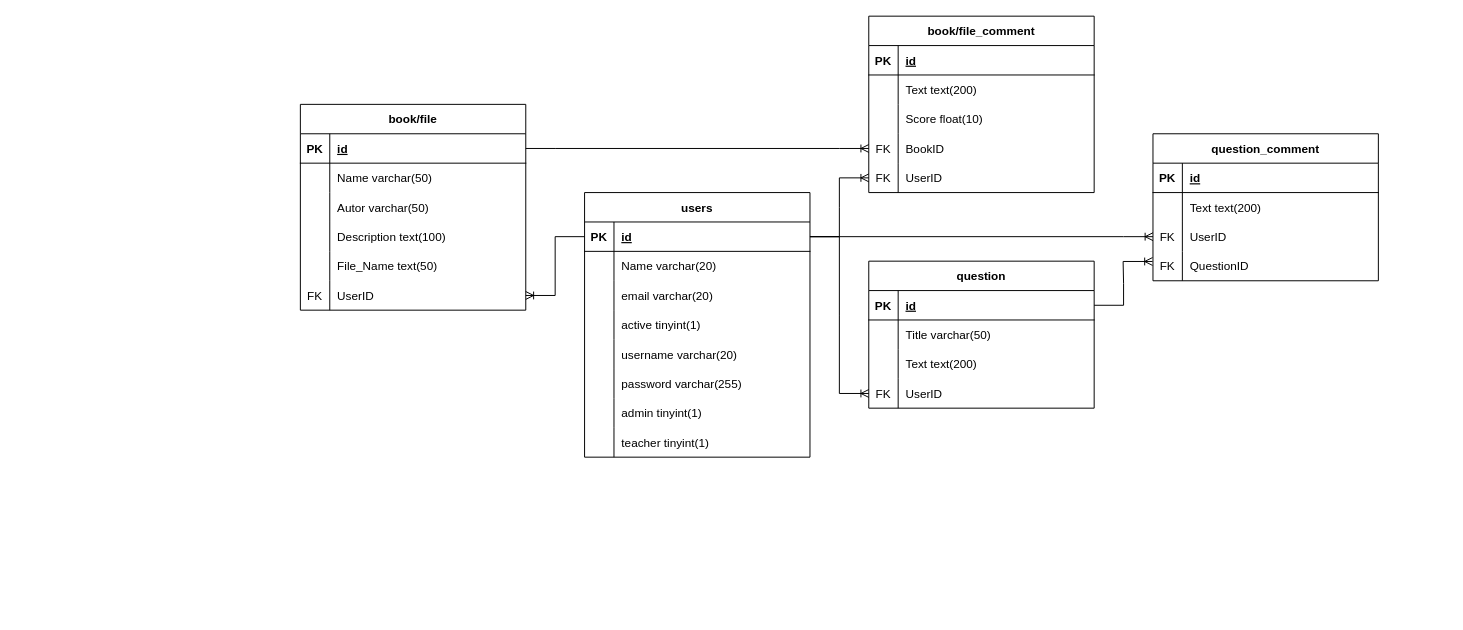
Earlier version of the draw.io diagram Diplom.drawio (MaksimsVisockis01/diploms). Source tidied: cells renumbered, new cells numbered last; positions are measured from the earlier drawing's top-left corner, leaving out a move shared by most shapes. Both pictures are drawn from the tidied source at 98%, with x=0, y=0 at pixel (16, 16).
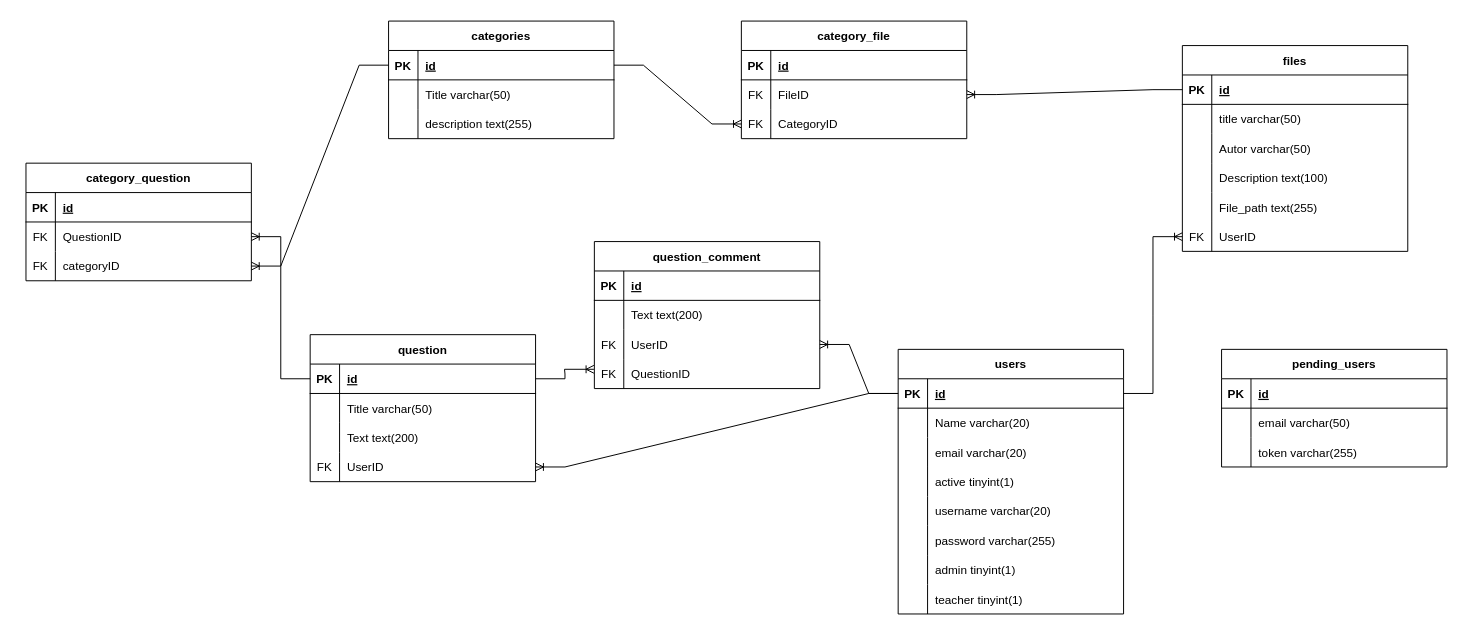
The same page after the edit.

The change refers to these unchanged cells:
```xml
<mxCell id="9" style="shape=tableRow;horizontal=0;startSize=0;swimlaneHead=0;swimlaneBody=0;fillColor=none;points=[[0,0.5],[1,0.5]];portConstraint=eastwest;top=0;left=0;right=0;bottom=0;" parent="2" vertex="1">
  <mxGeometry y="90" width="230" height="30" as="geometry" />
</mxCell>
<mxCell id="16" style="shape=tableRow;horizontal=0;startSize=0;swimlaneHead=0;swimlaneBody=0;fillColor=none;points=[[0,0.5],[1,0.5]];portConstraint=eastwest;top=0;left=0;right=0;bottom=1;" parent="15" vertex="1">
  <mxGeometry y="30" width="230" height="30" as="geometry" />
</mxCell>
<mxCell id="41" style="shape=tableRow;horizontal=0;startSize=0;swimlaneHead=0;swimlaneBody=0;fillColor=none;points=[[0,0.5],[1,0.5]];portConstraint=eastwest;top=0;left=0;right=0;bottom=1;" parent="40" vertex="1">
  <mxGeometry y="30" width="230" height="30" as="geometry" />
</mxCell>
<mxCell id="50" style="shape=tableRow;horizontal=0;startSize=0;swimlaneHead=0;swimlaneBody=0;fillColor=none;points=[[0,0.5],[1,0.5]];portConstraint=eastwest;top=0;left=0;right=0;bottom=0;" parent="40" vertex="1">
  <mxGeometry y="120" width="230" height="30" as="geometry" />
</mxCell>
<mxCell id="60" style="shape=tableRow;horizontal=0;startSize=0;swimlaneHead=0;swimlaneBody=0;fillColor=none;points=[[0,0.5],[1,0.5]];portConstraint=eastwest;top=0;left=0;right=0;bottom=1;" parent="59" vertex="1">
  <mxGeometry y="30" width="230" height="30" as="geometry" />
</mxCell>
<mxCell id="63" style="shape=tableRow;horizontal=0;startSize=0;swimlaneHead=0;swimlaneBody=0;fillColor=none;top=0;left=0;right=0;bottom=0;" parent="59" vertex="1">
  <mxGeometry y="60" width="230" height="30" as="geometry" />
</mxCell>
<mxCell id="72" style="shape=tableRow;horizontal=0;startSize=0;swimlaneHead=0;swimlaneBody=0;fillColor=none;top=0;left=0;right=0;bottom=0;" parent="59" vertex="1">
  <mxGeometry y="150" width="230" height="30" as="geometry" />
</mxCell>
<mxCell id="75" style="shape=tableRow;horizontal=0;startSize=0;swimlaneHead=0;swimlaneBody=0;fillColor=none;points=[[0,0.5],[1,0.5]];portConstraint=eastwest;top=0;left=0;right=0;bottom=0;" parent="59" vertex="1">
  <mxGeometry y="180" width="230" height="30" as="geometry" />
</mxCell>
```

The edit, as a diff of the source:
```diff
@@
     <mxCell id="2" value="question_comment" style="shape=table;startSize=30;childLayout=tableLayout;rowLines=0;fontStyle=1;align=center;" parent="1" vertex="1">
-      <mxGeometry x="1160" y="120" width="230" height="150" as="geometry" />
+      <mxGeometry x="590" y="230" width="230" height="150" as="geometry" />
     </mxCell>
@@
     <mxCell id="15" value="users" style="shape=table;startSize=30;childLayout=tableLayout;rowLines=0;fontStyle=1;align=center;" parent="1" vertex="1">
-      <mxGeometry x="580" y="180" width="230" height="270" as="geometry" />
+      <mxGeometry x="900" y="340" width="230" height="270" as="geometry" />
     </mxCell>
@@
     <mxCell id="40" value="question" style="shape=table;startSize=30;childLayout=tableLayout;rowLines=0;fontStyle=1;align=center;" parent="1" vertex="1">
-      <mxGeometry x="870" y="250" width="230" height="150" as="geometry" />
+      <mxGeometry x="300" y="325" width="230" height="150" as="geometry" />
     </mxCell>
@@
-    <mxCell id="54" style="edgeStyle=entityRelationEdgeStyle;fontSize=12;html=1;endArrow=ERoneToMany;rounded=0;exitX=1;exitY=0.5;exitDx=0;exitDy=0;entryX=0;entryY=0.5;entryDx=0;entryDy=0;" parent="1" edge="1" source="16" target="50">
+    <mxCell id="54" style="edgeStyle=entityRelationEdgeStyle;fontSize=12;html=1;endArrow=ERoneToMany;rounded=0;entryX=1;entryY=0.5;entryDx=0;entryDy=0;exitX=0;exitY=0.5;exitDx=0;exitDy=0;" parent="1" edge="1" source="16" target="50">
       <mxGeometry relative="1" as="geometry" />
     </mxCell>
@@
-    <mxCell id="56" style="edgeStyle=entityRelationEdgeStyle;fontSize=12;html=1;endArrow=ERoneToMany;rounded=0;exitX=1;exitY=0.5;exitDx=0;exitDy=0;entryX=0;entryY=0.5;entryDx=0;entryDy=0;" parent="1" edge="1" source="16" target="9">
+    <mxCell id="56" style="edgeStyle=entityRelationEdgeStyle;fontSize=12;html=1;endArrow=ERoneToMany;rounded=0;entryX=1;entryY=0.5;entryDx=0;entryDy=0;" parent="1" edge="1" source="16" target="9">
       <mxGeometry relative="1" as="geometry" />
     </mxCell>
@@
-    <mxCell id="59" value="book/file" style="shape=table;startSize=30;childLayout=tableLayout;rowLines=0;fontStyle=1;align=center;" parent="1" vertex="1">
-      <mxGeometry x="290" y="90" width="230" height="210" as="geometry" />
+    <mxCell id="59" value="files" style="shape=table;startSize=30;childLayout=tableLayout;rowLines=0;fontStyle=1;align=center;" parent="1" vertex="1">
+      <mxGeometry x="1190" y="30" width="230" height="210" as="geometry" />
     </mxCell>
@@
-    <mxCell id="65" value="Name varchar(50)" style="shape=partialRectangle;fillColor=none;top=0;left=0;bottom=0;right=0;align=left;spacingLeft=6;overflow=hidden;" parent="63" vertex="1">
+    <mxCell id="65" value="title varchar(50)" style="shape=partialRectangle;fillColor=none;top=0;left=0;bottom=0;right=0;align=left;spacingLeft=6;overflow=hidden;" parent="63" vertex="1">
       <mxGeometry x="30" width="200" height="30" as="geometry" />
     </mxCell>
@@
-    <mxCell id="74" value="File_Name text(50)" style="shape=partialRectangle;fillColor=none;top=0;left=0;bottom=0;right=0;align=left;spacingLeft=6;overflow=hidden;" parent="72" vertex="1">
+    <mxCell id="74" value="File_path text(255)" style="shape=partialRectangle;fillColor=none;top=0;left=0;bottom=0;right=0;align=left;spacingLeft=6;overflow=hidden;" parent="72" vertex="1">
       <mxGeometry x="30" width="200" height="30" as="geometry" />
     </mxCell>
@@
-    <mxCell id="78" value="book/file_comment" style="shape=table;startSize=30;childLayout=tableLayout;rowLines=0;fontStyle=1;align=center;" parent="1" vertex="1">
-      <mxGeometry x="870" width="230" height="180" as="geometry" />
+    <mxCell id="78" value="category_file" style="shape=table;startSize=30;childLayout=tableLayout;rowLines=0;fontStyle=1;align=center;" parent="1" vertex="1">
+      <mxGeometry x="740" y="5" width="230" height="120" as="geometry" />
     </mxCell>
@@
-    <mxCell id="82" style="shape=tableRow;horizontal=0;startSize=0;swimlaneHead=0;swimlaneBody=0;fillColor=none;top=0;left=0;right=0;bottom=0;" parent="78" vertex="1">
-      <mxGeometry y="60" width="230" height="30" as="geometry" />
-    </mxCell>
-    <mxCell id="83" style="shape=partialRectangle;fillColor=none;top=0;left=0;bottom=0;right=0;overflow=hidden;" parent="82" vertex="1">
-      <mxGeometry width="30" height="30" as="geometry" />
-    </mxCell>
-    <mxCell id="84" value="Text text(200)" style="shape=partialRectangle;fillColor=none;top=0;left=0;bottom=0;right=0;align=left;spacingLeft=6;overflow=hidden;" parent="82" vertex="1">
-      <mxGeometry x="30" width="200" height="30" as="geometry" />
-    </mxCell>
-    <mxCell id="85" style="shape=tableRow;horizontal=0;startSize=0;swimlaneHead=0;swimlaneBody=0;fillColor=none;top=0;left=0;right=0;bottom=0;" parent="78" vertex="1">
-      <mxGeometry y="90" width="230" height="30" as="geometry" />
-    </mxCell>
-    <mxCell id="86" style="shape=partialRectangle;fillColor=none;top=0;left=0;bottom=0;right=0;fontStyle=0;overflow=hidden;" parent="85" vertex="1">
-      <mxGeometry width="30" height="30" as="geometry" />
-    </mxCell>
-    <mxCell id="87" value="Score float(10)" style="shape=partialRectangle;fillColor=none;top=0;left=0;bottom=0;right=0;align=left;spacingLeft=6;fontStyle=0;overflow=hidden;" parent="85" vertex="1">
-      <mxGeometry x="30" width="200" height="30" as="geometry" />
-    </mxCell>
     <mxCell id="88" style="shape=tableRow;horizontal=0;startSize=0;swimlaneHead=0;swimlaneBody=0;fillColor=none;points=[[0,0.5],[1,0.5]];portConstraint=eastwest;top=0;left=0;right=0;bottom=0;" parent="78" vertex="1">
-      <mxGeometry y="120" width="230" height="30" as="geometry" />
+      <mxGeometry y="60" width="230" height="30" as="geometry" />
     </mxCell>
@@
-    <mxCell id="90" value="BookID" style="shape=partialRectangle;fillColor=none;top=0;left=0;bottom=0;right=0;align=left;spacingLeft=6;fontStyle=0;overflow=hidden;" parent="88" vertex="1">
+    <mxCell id="90" value="FileID" style="shape=partialRectangle;fillColor=none;top=0;left=0;bottom=0;right=0;align=left;spacingLeft=6;fontStyle=0;overflow=hidden;" parent="88" vertex="1">
       <mxGeometry x="30" width="200" height="30" as="geometry" />
     </mxCell>
     <mxCell id="91" style="shape=tableRow;horizontal=0;startSize=0;swimlaneHead=0;swimlaneBody=0;fillColor=none;points=[[0,0.5],[1,0.5]];portConstraint=eastwest;top=0;left=0;right=0;bottom=0;" parent="78" vertex="1">
-      <mxGeometry y="150" width="230" height="30" as="geometry" />
+      <mxGeometry y="90" width="230" height="30" as="geometry" />
     </mxCell>
@@
-    <mxCell id="93" value="UserID" style="shape=partialRectangle;fillColor=none;top=0;left=0;bottom=0;right=0;align=left;spacingLeft=6;fontStyle=0;overflow=hidden;" parent="91" vertex="1">
+    <mxCell id="93" value="CategoryID" style="shape=partialRectangle;fillColor=none;top=0;left=0;bottom=0;right=0;align=left;spacingLeft=6;fontStyle=0;overflow=hidden;" parent="91" vertex="1">
       <mxGeometry x="30" width="200" height="30" as="geometry" />
     </mxCell>
-    <mxCell id="94" style="shape=tableRow;horizontal=0;startSize=0;swimlaneHead=0;swimlaneBody=0;fillColor=none;top=0;left=0;right=0;bottom=0;" parent="1" vertex="1">
-      <mxGeometry x="850" y="50" width="230" height="30" as="geometry" />
-    </mxCell>
-    <mxCell id="95" style="shape=partialRectangle;fillColor=none;top=0;left=0;bottom=0;right=0;overflow=hidden;" parent="94" vertex="1">
-      <mxGeometry width="30" height="30" as="geometry" />
-    </mxCell>
-    <mxCell id="96" style="edgeStyle=entityRelationEdgeStyle;fontSize=12;html=1;endArrow=ERoneToMany;rounded=0;exitX=1;exitY=0.5;exitDx=0;exitDy=0;entryX=0;entryY=0.5;entryDx=0;entryDy=0;" parent="1" edge="1" source="60" target="88">
+    <mxCell id="96" style="edgeStyle=entityRelationEdgeStyle;fontSize=12;html=1;endArrow=ERoneToMany;rounded=0;exitX=0;exitY=0.5;exitDx=0;exitDy=0;" parent="1" edge="1" source="60" target="88">
       <mxGeometry relative="1" as="geometry" />
     </mxCell>
-    <mxCell id="97" style="edgeStyle=entityRelationEdgeStyle;fontSize=12;html=1;endArrow=ERoneToMany;rounded=0;exitX=1;exitY=0.5;exitDx=0;exitDy=0;" parent="1" edge="1" source="16" target="91">
-      <mxGeometry relative="1" as="geometry">
-        <Array as="points">
-          <mxPoint x="800" y="140" />
-        </Array>
-      </mxGeometry>
-    </mxCell>
-    <mxCell id="98" style="edgeStyle=entityRelationEdgeStyle;fontSize=12;html=1;endArrow=ERoneToMany;rounded=0;exitX=0;exitY=0.5;exitDx=0;exitDy=0;" parent="1" edge="1" source="16" target="75">
+    <mxCell id="98" style="edgeStyle=entityRelationEdgeStyle;fontSize=12;html=1;endArrow=ERoneToMany;rounded=0;exitX=1;exitY=0.5;exitDx=0;exitDy=0;" parent="1" edge="1" source="16" target="75">
       <mxGeometry relative="1" as="geometry">
         <Array as="points">
           <mxPoint x="550" y="150" />
           <mxPoint x="560" y="170" />
           <mxPoint x="530" y="170" />
           <mxPoint x="330" y="185" />
         </Array>
       </mxGeometry>
     </mxCell>
+    <mxCell id="99" value="pending_users" style="shape=table;startSize=30;childLayout=tableLayout;rowLines=0;fontStyle=1;align=center;" parent="1" vertex="1">
+      <mxGeometry x="1230" y="340" width="230" height="120" as="geometry" />
+    </mxCell>
+    <mxCell id="100" style="shape=tableRow;horizontal=0;startSize=0;swimlaneHead=0;swimlaneBody=0;fillColor=none;top=0;left=0;right=0;bottom=1;" parent="99" vertex="1">
+      <mxGeometry y="30" width="230" height="30" as="geometry" />
+    </mxCell>
+    <mxCell id="101" value="PK" style="shape=partialRectangle;fillColor=none;top=0;left=0;bottom=0;right=0;fontStyle=1;overflow=hidden;" parent="100" vertex="1">
+      <mxGeometry width="30" height="30" as="geometry" />
+    </mxCell>
+    <mxCell id="102" value="id" style="shape=partialRectangle;fillColor=none;top=0;left=0;bottom=0;right=0;align=left;spacingLeft=6;fontStyle=5;overflow=hidden;" parent="100" vertex="1">
+      <mxGeometry x="30" width="200" height="30" as="geometry" />
+    </mxCell>
+    <mxCell id="103" style="shape=tableRow;horizontal=0;startSize=0;swimlaneHead=0;swimlaneBody=0;fillColor=none;top=0;left=0;right=0;bottom=0;" parent="99" vertex="1">
+      <mxGeometry y="60" width="230" height="30" as="geometry" />
+    </mxCell>
+    <mxCell id="104" style="shape=partialRectangle;fillColor=none;top=0;left=0;bottom=0;right=0;overflow=hidden;" parent="103" vertex="1">
+      <mxGeometry width="30" height="30" as="geometry" />
+    </mxCell>
+    <mxCell id="105" value="email varchar(50)" style="shape=partialRectangle;fillColor=none;top=0;left=0;bottom=0;right=0;align=left;spacingLeft=6;overflow=hidden;" parent="103" vertex="1">
+      <mxGeometry x="30" width="200" height="30" as="geometry" />
+    </mxCell>
+    <mxCell id="106" style="shape=tableRow;horizontal=0;startSize=0;swimlaneHead=0;swimlaneBody=0;fillColor=none;top=0;left=0;right=0;bottom=0;" parent="99" vertex="1">
+      <mxGeometry y="90" width="230" height="30" as="geometry" />
+    </mxCell>
+    <mxCell id="86" style="shape=partialRectangle;fillColor=none;top=0;left=0;bottom=0;right=0;fontStyle=0;overflow=hidden;" parent="106" vertex="1">
+      <mxGeometry width="30" height="30" as="geometry" />
+    </mxCell>
+    <mxCell id="107" value="token varchar(255)" style="shape=partialRectangle;fillColor=none;top=0;left=0;bottom=0;right=0;align=left;spacingLeft=6;fontStyle=0;overflow=hidden;" parent="106" vertex="1">
+      <mxGeometry x="30" width="200" height="30" as="geometry" />
+    </mxCell>
+    <mxCell id="108" value="categories" style="shape=table;startSize=30;childLayout=tableLayout;rowLines=0;fontStyle=1;align=center;" parent="1" vertex="1">
+      <mxGeometry x="380" y="5" width="230" height="120" as="geometry" />
+    </mxCell>
+    <mxCell id="109" style="shape=tableRow;horizontal=0;startSize=0;swimlaneHead=0;swimlaneBody=0;fillColor=none;points=[[0,0.5],[1,0.5]];portConstraint=eastwest;top=0;left=0;right=0;bottom=1;" parent="108" vertex="1">
+      <mxGeometry y="30" width="230" height="30" as="geometry" />
+    </mxCell>
+    <mxCell id="110" value="PK" style="shape=partialRectangle;fillColor=none;top=0;left=0;bottom=0;right=0;fontStyle=1;overflow=hidden;" parent="109" vertex="1">
+      <mxGeometry width="30" height="30" as="geometry" />
+    </mxCell>
+    <mxCell id="111" value="id" style="shape=partialRectangle;fillColor=none;top=0;left=0;bottom=0;right=0;align=left;spacingLeft=6;fontStyle=5;overflow=hidden;" parent="109" vertex="1">
+      <mxGeometry x="30" width="200" height="30" as="geometry" />
+    </mxCell>
+    <mxCell id="112" style="shape=tableRow;horizontal=0;startSize=0;swimlaneHead=0;swimlaneBody=0;fillColor=none;top=0;left=0;right=0;bottom=0;" parent="108" vertex="1">
+      <mxGeometry y="60" width="230" height="30" as="geometry" />
+    </mxCell>
+    <mxCell id="113" style="shape=partialRectangle;fillColor=none;top=0;left=0;bottom=0;right=0;overflow=hidden;" parent="112" vertex="1">
+      <mxGeometry width="30" height="30" as="geometry" />
+    </mxCell>
+    <mxCell id="114" value="Title varchar(50)" style="shape=partialRectangle;fillColor=none;top=0;left=0;bottom=0;right=0;align=left;spacingLeft=6;overflow=hidden;" parent="112" vertex="1">
+      <mxGeometry x="30" width="200" height="30" as="geometry" />
+    </mxCell>
+    <mxCell id="115" style="shape=tableRow;horizontal=0;startSize=0;swimlaneHead=0;swimlaneBody=0;fillColor=none;top=0;left=0;right=0;bottom=0;" parent="108" vertex="1">
+      <mxGeometry y="90" width="230" height="30" as="geometry" />
+    </mxCell>
+    <mxCell id="116" style="shape=partialRectangle;fillColor=none;top=0;left=0;bottom=0;right=0;overflow=hidden;" parent="115" vertex="1">
+      <mxGeometry width="30" height="30" as="geometry" />
+    </mxCell>
+    <mxCell id="117" value="description text(255)" style="shape=partialRectangle;fillColor=none;top=0;left=0;bottom=0;right=0;align=left;spacingLeft=6;overflow=hidden;" parent="115" vertex="1">
+      <mxGeometry x="30" width="200" height="30" as="geometry" />
+    </mxCell>
+    <mxCell id="118" style="edgeStyle=entityRelationEdgeStyle;fontSize=12;html=1;endArrow=ERoneToMany;rounded=0;entryX=0;entryY=0.5;entryDx=0;entryDy=0;" parent="1" edge="1" source="109" target="91">
+      <mxGeometry relative="1" as="geometry" />
+    </mxCell>
+    <mxCell id="119" value="category_question" style="shape=table;startSize=30;childLayout=tableLayout;rowLines=0;fontStyle=1;align=center;" parent="1" vertex="1">
+      <mxGeometry x="10" y="150" width="230" height="120" as="geometry" />
+    </mxCell>
+    <mxCell id="120" style="shape=tableRow;horizontal=0;startSize=0;swimlaneHead=0;swimlaneBody=0;fillColor=none;top=0;left=0;right=0;bottom=1;" parent="119" vertex="1">
+      <mxGeometry y="30" width="230" height="30" as="geometry" />
+    </mxCell>
+    <mxCell id="121" value="PK" style="shape=partialRectangle;fillColor=none;top=0;left=0;bottom=0;right=0;fontStyle=1;overflow=hidden;" parent="120" vertex="1">
+      <mxGeometry width="30" height="30" as="geometry" />
+    </mxCell>
+    <mxCell id="122" value="id" style="shape=partialRectangle;fillColor=none;top=0;left=0;bottom=0;right=0;align=left;spacingLeft=6;fontStyle=5;overflow=hidden;" parent="120" vertex="1">
+      <mxGeometry x="30" width="200" height="30" as="geometry" />
+    </mxCell>
+    <mxCell id="123" style="shape=tableRow;horizontal=0;startSize=0;swimlaneHead=0;swimlaneBody=0;fillColor=none;points=[[0,0.5],[1,0.5]];portConstraint=eastwest;top=0;left=0;right=0;bottom=0;" parent="119" vertex="1">
+      <mxGeometry y="60" width="230" height="30" as="geometry" />
+    </mxCell>
+    <mxCell id="124" value="FK" style="shape=partialRectangle;fillColor=none;top=0;left=0;bottom=0;right=0;fontStyle=0;overflow=hidden;" parent="123" vertex="1">
+      <mxGeometry width="30" height="30" as="geometry" />
+    </mxCell>
+    <mxCell id="125" value="QuestionID" style="shape=partialRectangle;fillColor=none;top=0;left=0;bottom=0;right=0;align=left;spacingLeft=6;fontStyle=0;overflow=hidden;" parent="123" vertex="1">
+      <mxGeometry x="30" width="200" height="30" as="geometry" />
+    </mxCell>
+    <mxCell id="126" style="shape=tableRow;horizontal=0;startSize=0;swimlaneHead=0;swimlaneBody=0;fillColor=none;points=[[0,0.5],[1,0.5]];portConstraint=eastwest;top=0;left=0;right=0;bottom=0;" parent="119" vertex="1">
+      <mxGeometry y="90" width="230" height="30" as="geometry" />
+    </mxCell>
+    <mxCell id="127" value="FK" style="shape=partialRectangle;fillColor=none;top=0;left=0;bottom=0;right=0;fontStyle=0;overflow=hidden;" parent="126" vertex="1">
+      <mxGeometry width="30" height="30" as="geometry" />
+    </mxCell>
+    <mxCell id="128" value="categoryID" style="shape=partialRectangle;fillColor=none;top=0;left=0;bottom=0;right=0;align=left;spacingLeft=6;fontStyle=0;overflow=hidden;" parent="126" vertex="1">
+      <mxGeometry x="30" width="200" height="30" as="geometry" />
+    </mxCell>
+    <mxCell id="129" style="edgeStyle=entityRelationEdgeStyle;fontSize=12;html=1;endArrow=ERoneToMany;rounded=0;exitX=0;exitY=0.5;exitDx=0;exitDy=0;" parent="1" edge="1" source="109" target="126">
+      <mxGeometry relative="1" as="geometry" />
+    </mxCell>
+    <mxCell id="130" style="edgeStyle=entityRelationEdgeStyle;fontSize=12;html=1;endArrow=ERoneToMany;rounded=0;exitX=0;exitY=0.5;exitDx=0;exitDy=0;" parent="1" edge="1" source="41" target="123">
+      <mxGeometry relative="1" as="geometry" />
+    </mxCell>
```
